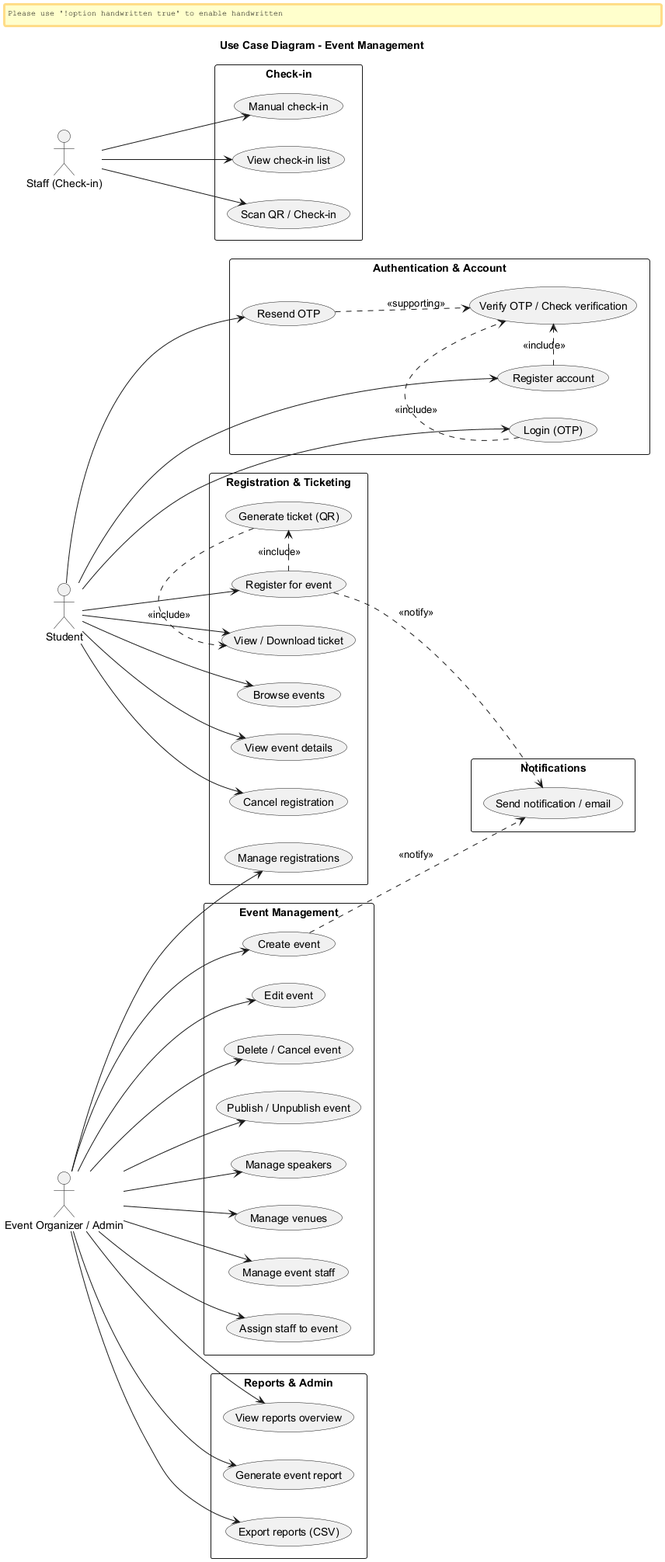
This is DOCUMENTATION/diagrams/usecases_generated.png from thaitranqq/Event_Management, a PlantUML export, as it was before one commit.
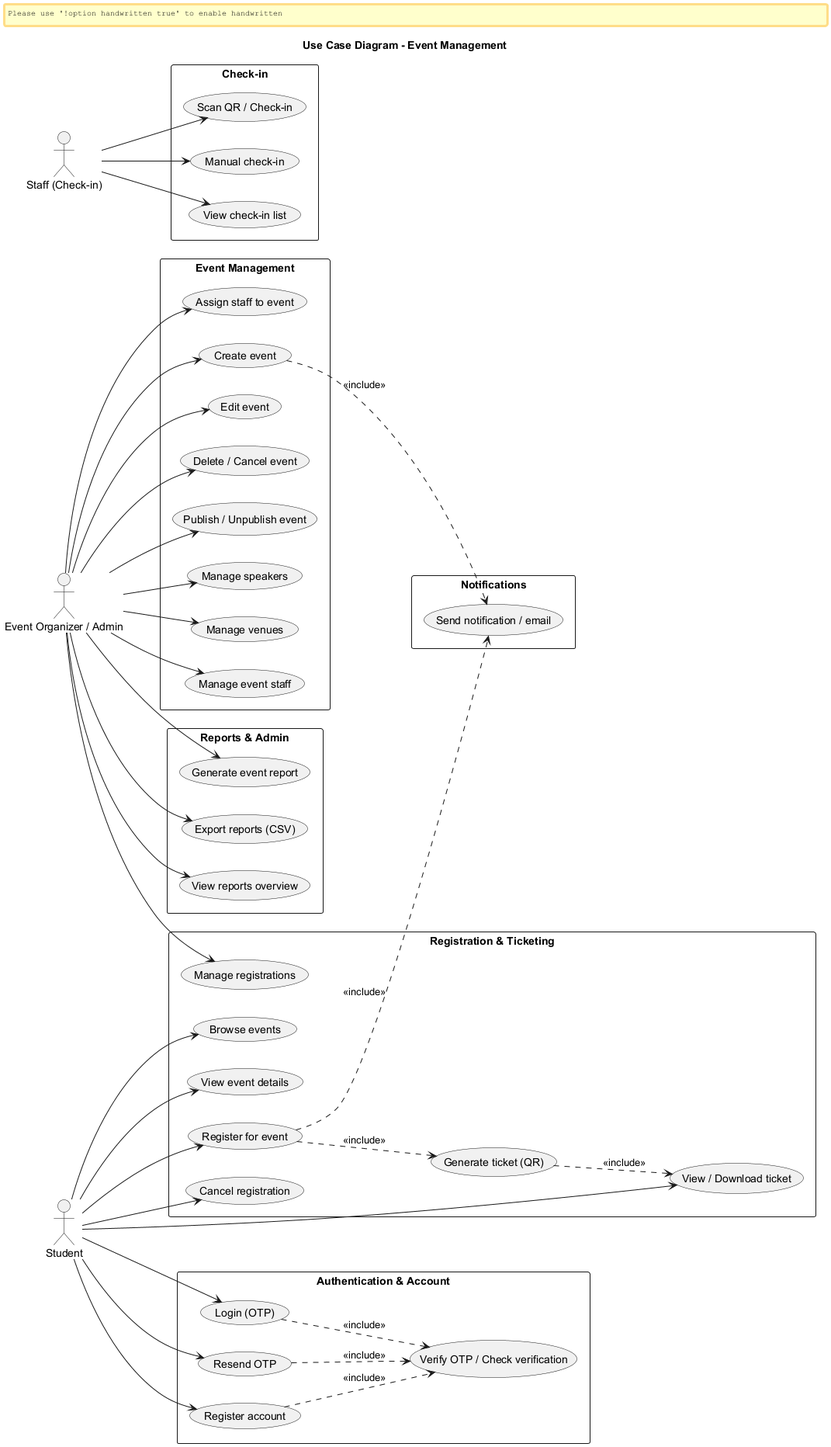
After the change.

Commit message:
docs(diagrams): use only include/extend between use cases

Diff of the diagram source:
```diff
@@ -12,8 +12,8 @@
   usecase "Login (OTP)" as UC_Login
   usecase "Resend OTP" as UC_ResendOTP
   usecase "Verify OTP / Check verification" as UC_VerifyOTP
-  UC_Register .> UC_VerifyOTP : <<include>>
-  UC_Login .> UC_VerifyOTP : <<include>>
+  UC_Register ..> UC_VerifyOTP : <<include>>
+  UC_Login ..> UC_VerifyOTP : <<include>>
 }
 
 rectangle "Event Management" {
@@ -35,8 +35,8 @@
   usecase "View / Download ticket" as UC_ViewTicket
   usecase "Cancel registration" as UC_CancelRegistration
   usecase "Manage registrations" as UC_ManageRegistrations
-  UC_EventRegister .> UC_GenerateTicket : <<include>>
-  UC_GenerateTicket .> UC_ViewTicket : <<include>>
+  UC_EventRegister ..> UC_GenerateTicket : <<include>>
+  UC_GenerateTicket ..> UC_ViewTicket : <<include>>
 }
 
 rectangle "Check-in" {
@@ -81,9 +81,9 @@
 Staff --> UC_CheckinManual
 Staff --> UC_ViewCheckins
 
-UC_ResendOTP ..> UC_VerifyOTP : <<supporting>>
-UC_EventRegister ..> UC_SendNotification : <<notify>>
-UC_CreateEvent ..> UC_SendNotification : <<notify>>
+UC_ResendOTP ..> UC_VerifyOTP : <<include>>
+UC_EventRegister ..> UC_SendNotification : <<include>>
+UC_CreateEvent ..> UC_SendNotification : <<include>>
 
 
 @enduml
```
